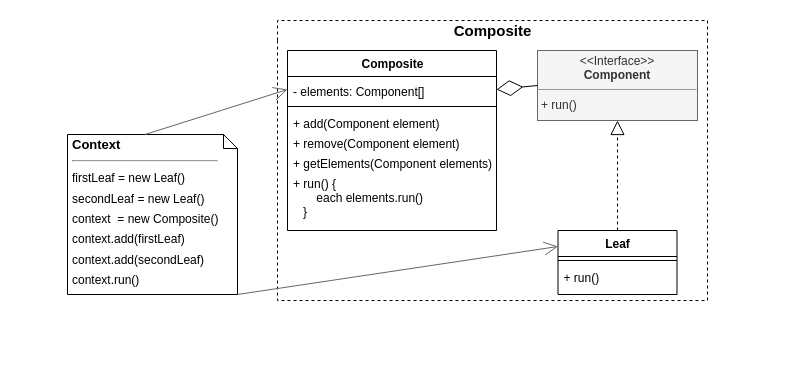
Above: docs/UML/Composite.drawio in vhood/design-patterns (draw.io), before the change. Source tidied: cells renumbered, new cells numbered last; positions are measured from the earlier drawing's top-left corner, leaving out a move shared by most shapes. Both pictures are drawn from the tidied source at 100%, with x=0, y=0 at pixel (67, 20).
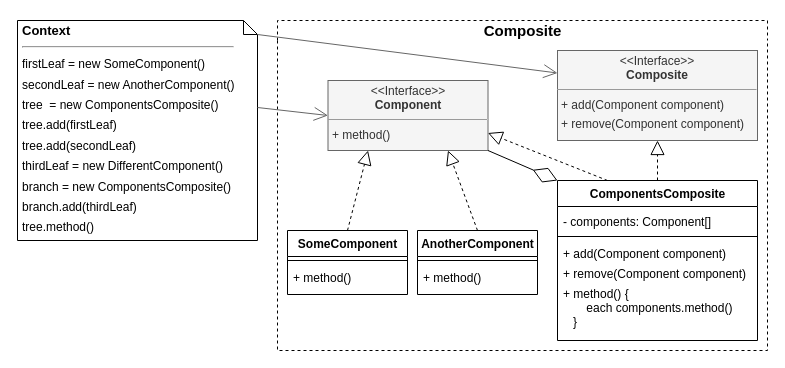
After the change.

Commit message (it also covers changes not shown here):
refactor: Composite UML, docs: update Composite image

Change to the diagram source:
```diff
@@
-    <mxCell id="2" value="&lt;p style=&quot;line-height: 20%&quot;&gt;Context&lt;br&gt;&lt;/p&gt;&lt;hr&gt;&lt;span style=&quot;font-size: 12px ; font-weight: 400 ; line-height: 170%&quot;&gt;firstLeaf = new Leaf()&lt;br&gt;&lt;/span&gt;&lt;font style=&quot;font-size: 12px&quot;&gt;&lt;span style=&quot;font-weight: normal ; line-height: 170%&quot;&gt;secondLeaf = new Leaf()&lt;br&gt;&lt;/span&gt;&lt;/font&gt;&lt;span style=&quot;font-weight: 400 ; line-height: 170% ; font-size: 12px&quot;&gt;context&amp;nbsp; = new Composite()&lt;br&gt;&lt;/span&gt;&lt;span style=&quot;font-size: 12px ; font-weight: 400 ; line-height: 170%&quot;&gt;context.add(firstLeaf)&lt;br&gt;&lt;/span&gt;&lt;span style=&quot;font-size: 12px ; font-weight: 400 ; line-height: 170%&quot;&gt;context.add(secondLeaf)&lt;br&gt;&lt;/span&gt;&lt;span style=&quot;font-size: 12px ; font-weight: 400 ; line-height: 170%&quot;&gt;context.run()&lt;/span&gt;&lt;br&gt;&lt;p&gt;&lt;/p&gt;" style="shape=note;size=14;verticalAlign=top;align=left;spacingTop=-13;rounded=0;shadow=0;glass=0;comic=0;strokeColor=#000000;fillColor=none;fontSize=13;fontStyle=1;labelBorderColor=none;whiteSpace=wrap;html=1;spacingLeft=0;spacingBottom=0;spacingRight=0;spacing=5;labelBackgroundColor=none;" parent="1" vertex="1">
-      <mxGeometry y="114" width="170" height="160" as="geometry" />
+    <mxCell id="2" value="&lt;p style=&quot;line-height: 20%&quot;&gt;Context&lt;br&gt;&lt;/p&gt;&lt;hr&gt;&lt;span style=&quot;font-size: 12px ; font-weight: 400 ; line-height: 170%&quot;&gt;firstLeaf = new SomeComponent()&lt;br&gt;&lt;/span&gt;&lt;font style=&quot;font-size: 12px&quot;&gt;&lt;span style=&quot;font-weight: normal ; line-height: 170%&quot;&gt;secondLeaf = new AnotherComponent()&lt;br&gt;&lt;/span&gt;&lt;/font&gt;&lt;span style=&quot;font-weight: 400 ; line-height: 170% ; font-size: 12px&quot;&gt;tree&amp;nbsp; = new ComponentsComposite()&lt;br&gt;&lt;/span&gt;&lt;span style=&quot;font-size: 12px ; font-weight: 400 ; line-height: 170%&quot;&gt;tree.add(firstLeaf)&lt;br&gt;&lt;/span&gt;&lt;span style=&quot;font-size: 12px ; font-weight: 400 ; line-height: 170%&quot;&gt;tree.add(secondLeaf)&lt;br&gt;&lt;/span&gt;&lt;span style=&quot;font-size: 12px ; font-weight: 400 ; line-height: 170%&quot;&gt;thirdLeaf = new DifferentComponent()&lt;br&gt;branch = new ComponentsComposite()&lt;br&gt;branch.add(thirdLeaf)&lt;br&gt;tree.method()&lt;br&gt;&lt;/span&gt;&lt;br&gt;&lt;p&gt;&lt;/p&gt;" style="shape=note;size=14;verticalAlign=top;align=left;spacingTop=-13;rounded=0;shadow=0;glass=0;comic=0;strokeColor=#000000;fillColor=none;fontSize=13;fontStyle=1;labelBorderColor=none;whiteSpace=wrap;html=1;spacingLeft=0;spacingBottom=0;spacingRight=0;spacing=5;labelBackgroundColor=none;" parent="1" vertex="1">
+      <mxGeometry x="-50" width="240" height="220" as="geometry" />
     </mxCell>
     <mxCell id="3" value="Composite" style="swimlane;html=1;horizontal=1;startSize=20;fillColor=none;strokeColor=#000000;rounded=0;comic=0;fontSize=15;dashed=1;swimlaneLine=0;shadow=0;glass=0;perimeterSpacing=0;labelBackgroundColor=none;" parent="1" vertex="1">
-      <mxGeometry x="210" width="430" height="280" as="geometry" />
+      <mxGeometry x="210" width="490" height="330" as="geometry" />
     </mxCell>
-    <mxCell id="4" value="Composite" style="swimlane;fontStyle=1;align=center;verticalAlign=top;horizontal=1;startSize=26;rounded=0;shadow=0;glass=0;comic=0;strokeWidth=1;fontSize=12;labelBackgroundColor=none;fillColor=#ffffff;html=1;" parent="3" vertex="1">
-      <mxGeometry x="10" y="30" width="209" height="180" as="geometry" />
+    <mxCell id="4" value="ComponentsComposite" style="swimlane;fontStyle=1;align=center;verticalAlign=top;horizontal=1;startSize=26;rounded=0;shadow=0;glass=0;comic=0;strokeWidth=1;fontSize=12;labelBackgroundColor=none;fillColor=#ffffff;html=1;" parent="3" vertex="1">
+      <mxGeometry x="280" y="160" width="200" height="160" as="geometry" />
     </mxCell>
-    <mxCell id="5" value="- elements: Component[]" style="text;strokeColor=none;fillColor=none;align=left;verticalAlign=top;spacingLeft=4;spacingRight=4;overflow=hidden;points=[[0,0.5],[1,0.5]];portConstraint=eastwest;spacingTop=2;" parent="4" vertex="1">
-      <mxGeometry y="26" width="209" height="26" as="geometry" />
+    <mxCell id="5" value="- components: Component[]" style="text;strokeColor=none;fillColor=none;align=left;verticalAlign=top;spacingLeft=4;spacingRight=4;overflow=hidden;points=[[0,0.5],[1,0.5]];portConstraint=eastwest;spacingTop=2;" parent="4" vertex="1">
+      <mxGeometry y="26" width="200" height="26" as="geometry" />
     </mxCell>
     <mxCell id="6" style="line;strokeWidth=1;fillColor=none;align=left;verticalAlign=middle;spacingTop=-1;spacingLeft=3;spacingRight=3;labelPosition=right;" parent="4" vertex="1">
-      <mxGeometry y="52" width="209" height="8" as="geometry" />
+      <mxGeometry y="52" width="200" height="8" as="geometry" />
     </mxCell>
-    <mxCell id="7" value="+ add(Component element)" style="text;strokeColor=none;fillColor=none;align=left;verticalAlign=top;spacingLeft=4;spacingRight=4;overflow=hidden;" parent="4" vertex="1">
-      <mxGeometry y="60" width="209" height="20" as="geometry" />
+    <mxCell id="7" value="+ add(Component component)" style="text;strokeColor=none;fillColor=none;align=left;verticalAlign=top;spacingLeft=4;spacingRight=4;overflow=hidden;" parent="4" vertex="1">
+      <mxGeometry y="60" width="200" height="20" as="geometry" />
     </mxCell>
-    <mxCell id="8" value="+ remove(Component element)" style="text;strokeColor=none;fillColor=none;align=left;verticalAlign=top;spacingLeft=4;spacingRight=4;overflow=hidden;" parent="4" vertex="1">
-      <mxGeometry y="80" width="209" height="20" as="geometry" />
+    <mxCell id="8" value="+ remove(Component component)" style="text;strokeColor=none;fillColor=none;align=left;verticalAlign=top;spacingLeft=4;spacingRight=4;overflow=hidden;" parent="4" vertex="1">
+      <mxGeometry y="80" width="200" height="20" as="geometry" />
     </mxCell>
-    <mxCell id="9" value="+ getElements(Component elements)" style="text;strokeColor=none;fillColor=none;align=left;verticalAlign=top;spacingLeft=4;spacingRight=4;overflow=hidden;" parent="4" vertex="1">
-      <mxGeometry y="100" width="209" height="20" as="geometry" />
-    </mxCell>
-    <mxCell id="10" value="+ run() {&#10;       each elements.run()&#10;   }" style="text;strokeColor=none;fillColor=none;align=left;verticalAlign=top;spacingLeft=4;spacingRight=4;overflow=hidden;spacing=2;" parent="4" vertex="1">
-      <mxGeometry y="120" width="209" height="60" as="geometry" />
+    <mxCell id="10" value="+ method() {&#10;       each components.method()&#10;   }" style="text;strokeColor=none;fillColor=none;align=left;verticalAlign=top;spacingLeft=4;spacingRight=4;overflow=hidden;spacing=2;" parent="4" vertex="1">
+      <mxGeometry y="100" width="200" height="60" as="geometry" />
     </mxCell>
-    <mxCell id="11" value="&lt;p style=&quot;margin: 4px 0px 0px ; text-align: center ; line-height: 120%&quot;&gt;&lt;span&gt;&amp;lt;&amp;lt;Interface&amp;gt;&amp;gt;&lt;/span&gt;&lt;br&gt;&lt;b&gt;Component&lt;/b&gt;&lt;/p&gt;&lt;hr size=&quot;1&quot;&gt;&lt;p style=&quot;margin: 0px 0px 0px 4px ; line-height: 160%&quot;&gt;+ run()&lt;/p&gt;" style="verticalAlign=top;align=left;overflow=fill;fontSize=12;fontFamily=Helvetica;html=1;rounded=0;shadow=0;glass=0;comic=0;labelBackgroundColor=none;labelBorderColor=none;imageAspect=1;noLabel=0;portConstraintRotation=0;snapToPoint=0;spacingLeft=0;spacingRight=0;fontStyle=0;fillColor=#f5f5f5;strokeColor=#666666;fontColor=#333333;" parent="3" vertex="1">
-      <mxGeometry x="260" y="30" width="160" height="70" as="geometry" />
-    </mxCell>
-    <mxCell id="12" style="endArrow=diamondThin;endFill=0;endSize=24;html=1;fontSize=12;fontColor=#000000;entryX=1;entryY=0.5;entryDx=0;entryDy=0;exitX=0;exitY=0.5;exitDx=0;exitDy=0;" parent="3" edge="1" source="11" target="5">
-      <mxGeometry relative="1" as="geometry" />
-    </mxCell>
-    <mxCell id="13" style="endArrow=block;dashed=1;endFill=0;endSize=12;html=1;fontSize=12;fontColor=#000000;exitX=0.5;exitY=0;exitDx=0;exitDy=0;entryX=0.5;entryY=1;entryDx=0;entryDy=0;" parent="3" edge="1" source="14" target="11">
-      <mxGeometry relative="1" as="geometry" />
-    </mxCell>
+    <mxCell id="19" value="AnotherComponent" style="swimlane;fontStyle=1;align=center;verticalAlign=top;horizontal=1;startSize=26;rounded=0;shadow=0;glass=0;comic=0;strokeWidth=1;fontSize=12;labelBackgroundColor=none;fillColor=#ffffff;html=1;" parent="3" vertex="1">
+      <mxGeometry x="140" y="210" width="120" height="64" as="geometry" />
+    </mxCell>
+    <mxCell id="20" style="line;strokeWidth=1;fillColor=none;align=left;verticalAlign=middle;spacingTop=-1;spacingLeft=3;spacingRight=3;labelPosition=right;" parent="19" vertex="1">
+      <mxGeometry y="26" width="120" height="8" as="geometry" />
+    </mxCell>
+    <mxCell id="21" value="+ method()" style="text;strokeColor=none;fillColor=none;align=left;verticalAlign=top;spacingLeft=4;spacingRight=4;overflow=hidden;" parent="19" vertex="1">
+      <mxGeometry y="34" width="120" height="30" as="geometry" />
+    </mxCell>
-    <mxCell id="14" value="Leaf" style="swimlane;fontStyle=1;align=center;verticalAlign=top;horizontal=1;startSize=26;rounded=0;shadow=0;glass=0;comic=0;strokeWidth=1;fontSize=12;labelBackgroundColor=none;fillColor=#ffffff;html=1;" parent="3" vertex="1">
-      <mxGeometry x="280.5" y="210" width="119" height="64" as="geometry" />
+    <mxCell id="14" value="SomeComponent" style="swimlane;fontStyle=1;align=center;verticalAlign=top;horizontal=1;startSize=26;rounded=0;shadow=0;glass=0;comic=0;strokeWidth=1;fontSize=12;labelBackgroundColor=none;fillColor=#ffffff;html=1;" parent="3" vertex="1">
+      <mxGeometry x="10" y="210" width="120" height="64" as="geometry" />
     </mxCell>
     <mxCell id="15" style="line;strokeWidth=1;fillColor=none;align=left;verticalAlign=middle;spacingTop=-1;spacingLeft=3;spacingRight=3;labelPosition=right;" parent="14" vertex="1">
-      <mxGeometry y="26" width="119" height="8" as="geometry" />
+      <mxGeometry y="26" width="120" height="8" as="geometry" />
     </mxCell>
-    <mxCell id="16" value="+ run()" style="text;strokeColor=none;fillColor=none;align=left;verticalAlign=top;spacingLeft=4;spacingRight=4;overflow=hidden;" parent="14" vertex="1">
-      <mxGeometry y="34" width="119" height="30" as="geometry" />
+    <mxCell id="16" value="+ method()" style="text;strokeColor=none;fillColor=none;align=left;verticalAlign=top;spacingLeft=4;spacingRight=4;overflow=hidden;" parent="14" vertex="1">
+      <mxGeometry y="34" width="120" height="30" as="geometry" />
     </mxCell>
+    <mxCell id="11" value="&lt;p style=&quot;margin: 4px 0px 0px ; text-align: center ; line-height: 120%&quot;&gt;&lt;span&gt;&amp;lt;&amp;lt;Interface&amp;gt;&amp;gt;&lt;/span&gt;&lt;br&gt;&lt;b&gt;Component&lt;/b&gt;&lt;/p&gt;&lt;hr size=&quot;1&quot;&gt;&lt;p style=&quot;margin: 0px 0px 0px 4px ; line-height: 160%&quot;&gt;+ method()&lt;/p&gt;" style="verticalAlign=top;align=left;overflow=fill;fontSize=12;fontFamily=Helvetica;html=1;rounded=0;shadow=0;glass=0;comic=0;labelBackgroundColor=none;labelBorderColor=none;imageAspect=1;noLabel=0;portConstraintRotation=0;snapToPoint=0;spacingLeft=0;spacingRight=0;fontStyle=0;fillColor=#f5f5f5;strokeColor=#666666;fontColor=#333333;" parent="3" vertex="1">
+      <mxGeometry x="50.5" y="60" width="160" height="70" as="geometry" />
+    </mxCell>
+    <mxCell id="13" style="endArrow=block;dashed=1;endFill=0;endSize=12;html=1;fontSize=12;fontColor=#000000;exitX=0.5;exitY=0;exitDx=0;exitDy=0;entryX=0.25;entryY=1;entryDx=0;entryDy=0;" parent="3" edge="1" source="14" target="11">
+      <mxGeometry relative="1" as="geometry" />
+    </mxCell>
+    <mxCell id="22" style="endArrow=block;dashed=1;endFill=0;endSize=12;html=1;fontSize=12;fontColor=#000000;exitX=0.5;exitY=0;exitDx=0;exitDy=0;entryX=0.75;entryY=1;entryDx=0;entryDy=0;" parent="3" edge="1" source="19" target="11">
+      <mxGeometry relative="1" as="geometry" />
+    </mxCell>
+    <mxCell id="23" value="&lt;p style=&quot;margin: 4px 0px 0px ; text-align: center ; line-height: 120%&quot;&gt;&lt;span&gt;&amp;lt;&amp;lt;Interface&amp;gt;&amp;gt;&lt;/span&gt;&lt;br&gt;&lt;b&gt;Composite&lt;/b&gt;&lt;/p&gt;&lt;hr size=&quot;1&quot;&gt;&lt;p style=&quot;margin: 0px 0px 0px 4px ; line-height: 160%&quot;&gt;+ add(Component component)&lt;/p&gt;&lt;p style=&quot;margin: 0px 0px 0px 4px ; line-height: 160%&quot;&gt;+ remove(Component component)&lt;/p&gt;" style="verticalAlign=top;align=left;overflow=fill;fontSize=12;fontFamily=Helvetica;html=1;rounded=0;shadow=0;glass=0;comic=0;labelBackgroundColor=none;labelBorderColor=none;imageAspect=1;noLabel=0;portConstraintRotation=0;snapToPoint=0;spacingLeft=0;spacingRight=0;fontStyle=0;fillColor=#f5f5f5;strokeColor=#666666;fontColor=#333333;" parent="3" vertex="1">
+      <mxGeometry x="280" y="30" width="200" height="90" as="geometry" />
+    </mxCell>
+    <mxCell id="24" style="endArrow=block;dashed=1;endFill=0;endSize=12;html=1;fontSize=12;fontColor=#000000;exitX=0.5;exitY=0;exitDx=0;exitDy=0;entryX=0.5;entryY=1;entryDx=0;entryDy=0;" parent="3" edge="1" source="4" target="23">
+      <mxGeometry relative="1" as="geometry" />
+    </mxCell>
+    <mxCell id="25" style="endArrow=block;dashed=1;endFill=0;endSize=12;html=1;fontSize=12;fontColor=#000000;exitX=0.25;exitY=0;exitDx=0;exitDy=0;entryX=1;entryY=0.75;entryDx=0;entryDy=0;" parent="3" edge="1" source="4" target="11">
+      <mxGeometry relative="1" as="geometry" />
+    </mxCell>
+    <mxCell id="12" style="endArrow=diamondThin;endFill=0;endSize=24;html=1;fontSize=12;fontColor=#000000;entryX=0;entryY=0;entryDx=0;entryDy=0;exitX=1;exitY=1;exitDx=0;exitDy=0;" parent="3" edge="1" source="11" target="4">
+      <mxGeometry relative="1" as="geometry" />
+    </mxCell>
-    <mxCell id="17" style="endArrow=open;endFill=1;endSize=12;html=1;exitX=1;exitY=1;exitDx=0;exitDy=0;exitPerimeter=0;entryX=0;entryY=0.25;entryDx=0;entryDy=0;strokeColor=#666666;" parent="1" edge="1" source="2" target="14">
+    <mxCell id="17" style="endArrow=open;endFill=1;endSize=12;html=1;exitX=0;exitY=0;exitDx=240;exitDy=87;exitPerimeter=0;entryX=0;entryY=0.5;entryDx=0;entryDy=0;strokeColor=#666666;" parent="1" edge="1" source="2" target="11">
       <mxGeometry relative="1" as="geometry" />
     </mxCell>
-    <mxCell id="18" style="endArrow=open;endFill=1;endSize=12;html=1;exitX=0;exitY=0;exitDx=77.5;exitDy=0;exitPerimeter=0;entryX=0;entryY=0.5;entryDx=0;entryDy=0;strokeColor=#666666;" parent="1" edge="1" source="2" target="5">
+    <mxCell id="18" style="endArrow=open;endFill=1;endSize=12;html=1;exitX=0;exitY=0;exitDx=240;exitDy=14;exitPerimeter=0;entryX=0;entryY=0.25;entryDx=0;entryDy=0;strokeColor=#666666;" parent="1" edge="1" source="2" target="23">
       <mxGeometry relative="1" as="geometry" />
     </mxCell>
```
